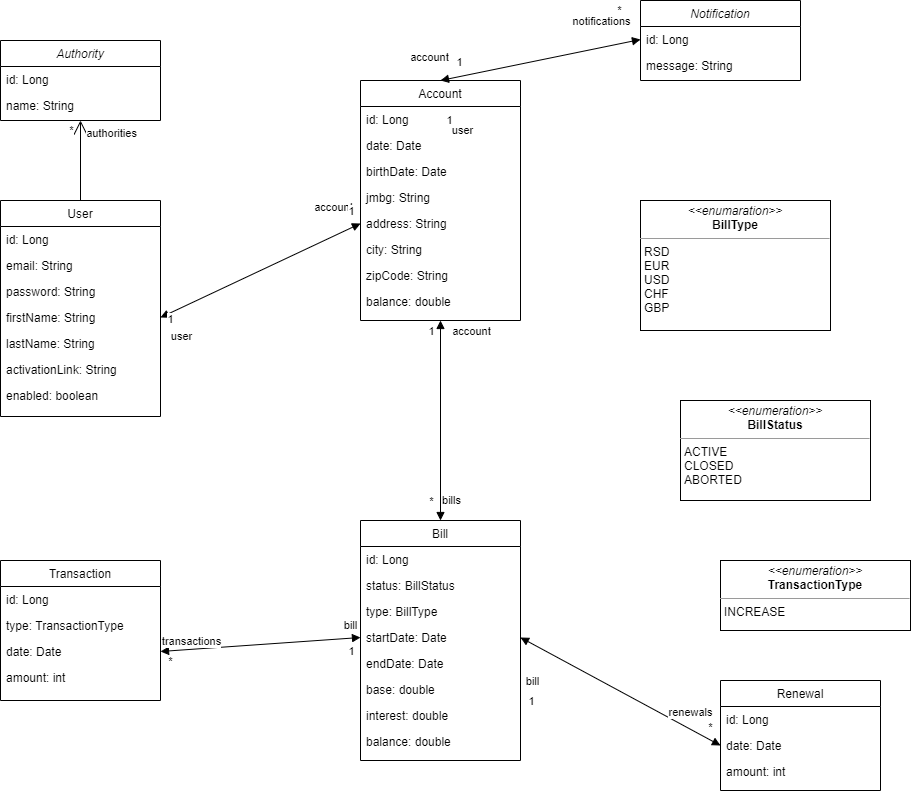
Above: class.png in draganagrbic998/sbnz (draw.io), before the change. Source tidied: cells renumbered, new cells last; positions are measured from the earlier drawing's top-left corner, leaving out a move shared by most shapes.
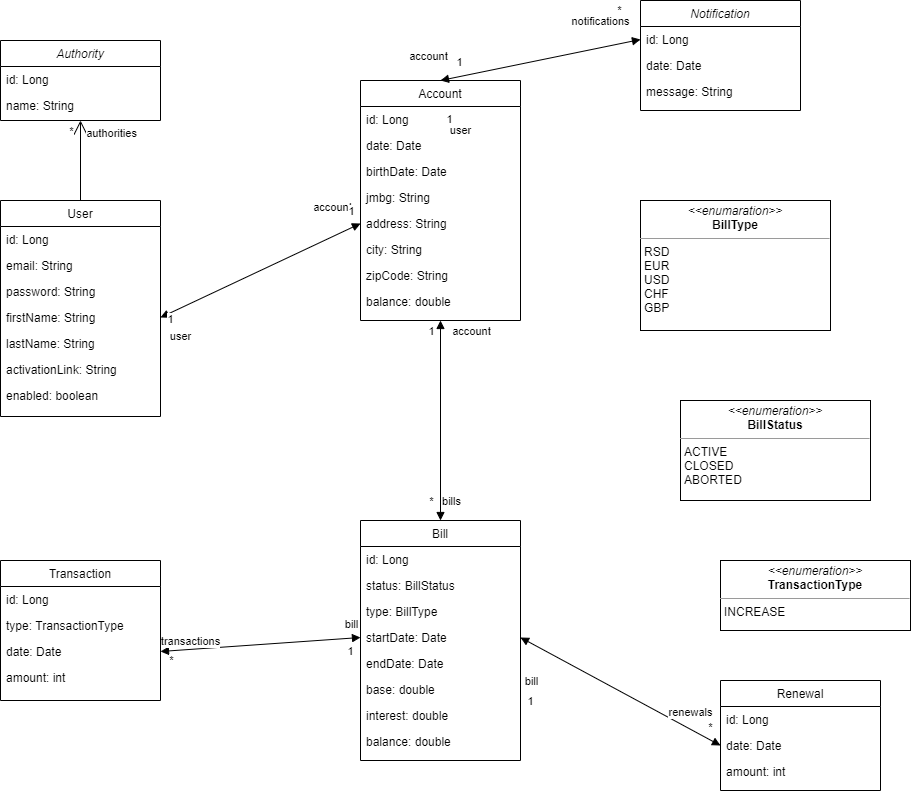
After the commit.

Diff of the diagram source:
```diff
@@ -229,13 +229,16 @@
       <mxGeometry x="350" y="210" as="geometry" />
     </mxCell>
     <mxCell id="66" value="Notification" style="swimlane;fontStyle=2;align=center;verticalAlign=top;horizontal=1;startSize=26;rounded=0;shadow=0;strokeWidth=1;" parent="1" vertex="1">
-      <mxGeometry x="640" width="160" height="80" as="geometry" />
+      <mxGeometry x="640" width="160" height="110" as="geometry" />
     </mxCell>
     <mxCell id="67" value="id: Long" style="text;align=left;verticalAlign=top;spacingLeft=4;spacingRight=4;overflow=hidden;points=[[0,0.5],[1,0.5]];portConstraint=eastwest;" parent="66" vertex="1">
       <mxGeometry y="26" width="160" height="26" as="geometry" />
     </mxCell>
+    <mxCell id="76" value="date: Date" style="text;align=left;verticalAlign=top;spacingLeft=4;spacingRight=4;overflow=hidden;" parent="66" vertex="1">
+      <mxGeometry y="52" width="160" height="26" as="geometry" />
+    </mxCell>
     <mxCell id="68" value="message: String" style="text;align=left;verticalAlign=top;spacingLeft=4;spacingRight=4;overflow=hidden;rounded=0;shadow=0;html=0;" parent="66" vertex="1">
-      <mxGeometry y="52" width="160" height="26" as="geometry" />
+      <mxGeometry y="78" width="160" height="26" as="geometry" />
     </mxCell>
     <mxCell id="69" style="endArrow=block;startArrow=block;endFill=1;startFill=1;html=1;exitX=0.5;exitY=0;exitDx=0;exitDy=0;entryX=0;entryY=0.5;entryDx=0;entryDy=0;" parent="1" edge="1" source="13" target="67">
       <mxGeometry relative="1" as="geometry" />
```
